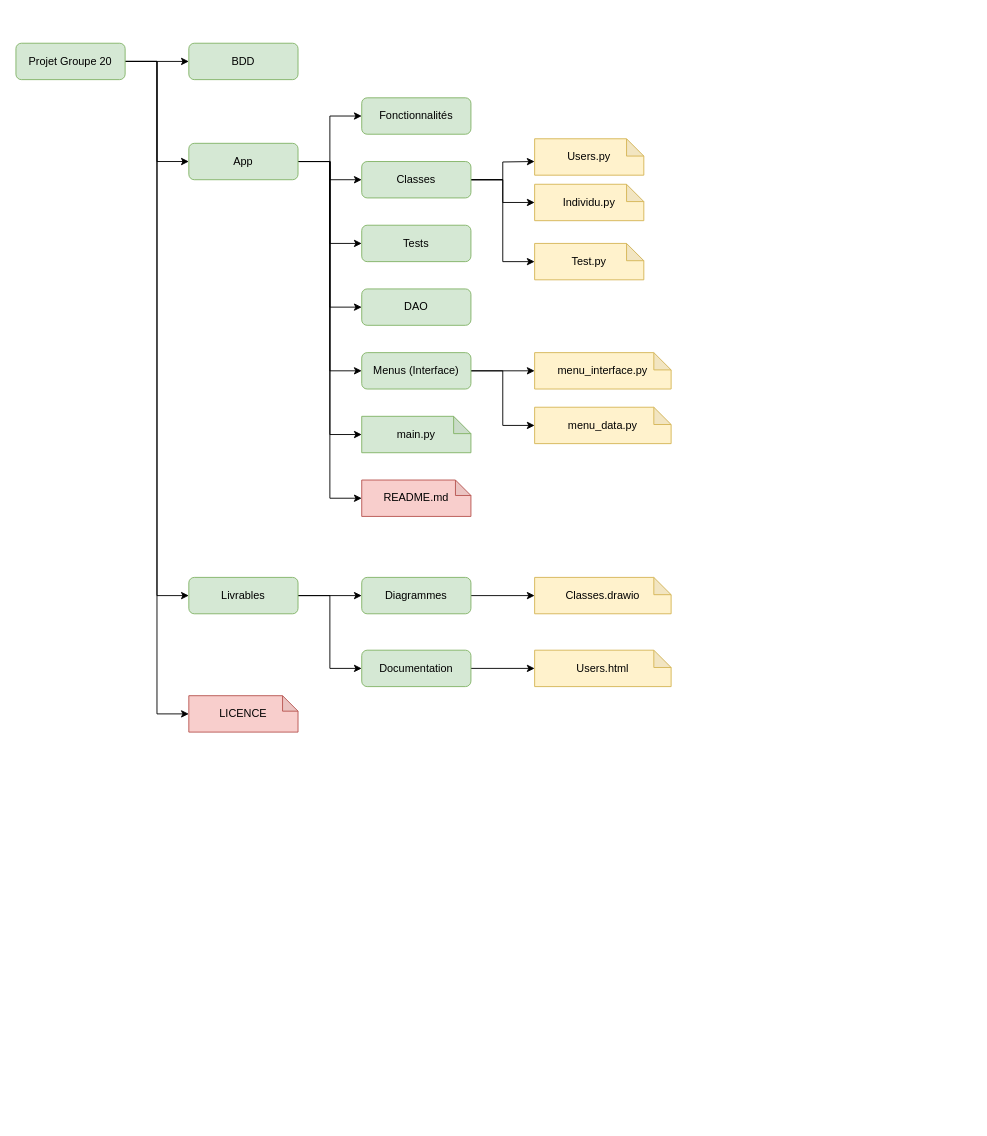
This is Diagrams/File Structure.drawio from MailineN/ProjetInfo2A, a draw.io file, before an edit. Source tidied: cells renumbered, new cells numbered last; positions are measured from the earlier drawing's top-left corner, leaving out a move shared by most shapes. Both pictures are drawn from the tidied source at 91%, with x=0, y=0 at pixel (15, 43).
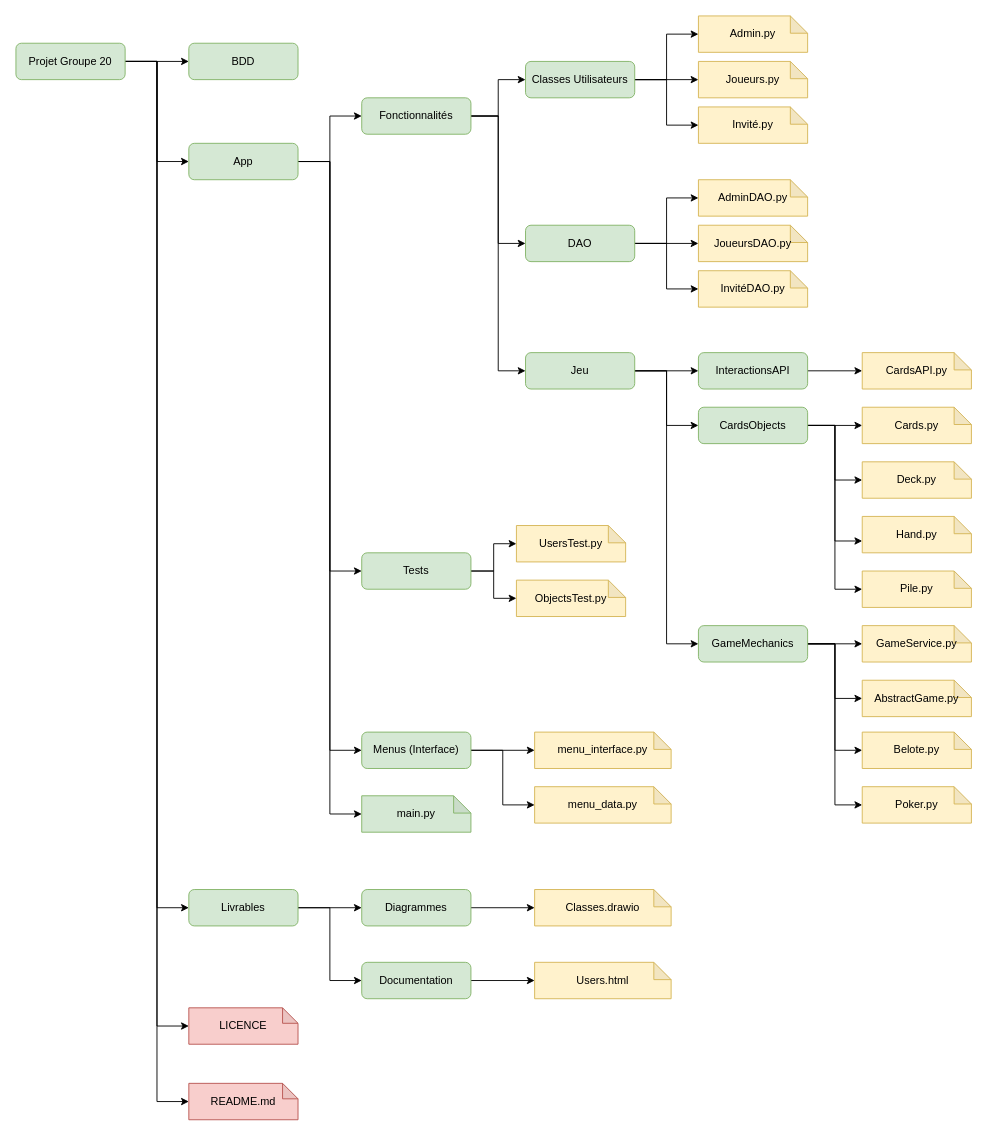
The same page after the edit.

The change refers to these unchanged cells:
```xml
<mxCell id="6" value="Projet Groupe 20" style="rounded=1;whiteSpace=wrap;html=1;fillColor=#d5e8d4;strokeColor=#82b366;" parent="1" vertex="1">
  <mxGeometry width="120" height="40" as="geometry" />
</mxCell>
<mxCell id="15" value="App" style="rounded=1;whiteSpace=wrap;html=1;fillColor=#d5e8d4;strokeColor=#82b366;" parent="1" vertex="1">
  <mxGeometry x="190" y="110" width="120" height="40" as="geometry" />
</mxCell>
<mxCell id="23" value="Fonctionnalités" style="rounded=1;whiteSpace=wrap;html=1;fillColor=#d5e8d4;strokeColor=#82b366;" parent="1" vertex="1">
  <mxGeometry x="380" y="60" width="120" height="40" as="geometry" />
</mxCell>
```

Diff of the diagram source:
```diff
@@
+    <mxCell id="43" style="edgeStyle=orthogonalEdgeStyle;rounded=0;jettySize=auto;html=1;exitX=1;exitY=0.5;exitDx=0;exitDy=0;entryX=0;entryY=0.5;entryDx=0;entryDy=0;entryPerimeter=0;" parent="1" edge="1" source="6" target="34">
+      <mxGeometry relative="1" as="geometry" />
+    </mxCell>
@@
-    <mxCell id="9" style="edgeStyle=orthogonalEdgeStyle;rounded=0;jettySize=auto;html=1;exitX=1;exitY=0.5;exitDx=0;exitDy=0;entryX=0;entryY=0.5;entryDx=0;entryDy=0;" parent="1" edge="1" source="15" target="27">
-      <mxGeometry relative="1" as="geometry" />
-    </mxCell>
-    <mxCell id="10" style="edgeStyle=orthogonalEdgeStyle;rounded=0;jettySize=auto;html=1;exitX=1;exitY=0.5;exitDx=0;exitDy=0;entryX=0;entryY=0.5;entryDx=0;entryDy=0;" parent="1" edge="1" source="15" target="29">
-      <mxGeometry relative="1" as="geometry" />
-    </mxCell>
@@
-    <mxCell id="13" style="edgeStyle=orthogonalEdgeStyle;rounded=0;jettySize=auto;html=1;exitX=1;exitY=0.5;exitDx=0;exitDy=0;entryX=0;entryY=0.5;entryDx=0;entryDy=0;entryPerimeter=0;" parent="1" edge="1" source="15" target="34">
-      <mxGeometry relative="1" as="geometry" />
-    </mxCell>
@@
     <mxCell id="18" value="Livrables" style="rounded=1;whiteSpace=wrap;html=1;fillColor=#d5e8d4;strokeColor=#82b366;" parent="1" vertex="1">
-      <mxGeometry x="190" y="587" width="120" height="40" as="geometry" />
+      <mxGeometry x="190" y="930" width="120" height="40" as="geometry" />
     </mxCell>
@@
     <mxCell id="20" value="Diagrammes" style="rounded=1;whiteSpace=wrap;html=1;fillColor=#d5e8d4;strokeColor=#82b366;" parent="1" vertex="1">
-      <mxGeometry x="380" y="587" width="120" height="40" as="geometry" />
+      <mxGeometry x="380" y="930" width="120" height="40" as="geometry" />
     </mxCell>
@@
     <mxCell id="22" value="Documentation" style="rounded=1;whiteSpace=wrap;html=1;fillColor=#d5e8d4;strokeColor=#82b366;" parent="1" vertex="1">
-      <mxGeometry x="380" y="667" width="120" height="40" as="geometry" />
+      <mxGeometry x="380" y="1010" width="120" height="40" as="geometry" />
     </mxCell>
+    <mxCell id="44" style="edgeStyle=orthogonalEdgeStyle;rounded=0;jettySize=auto;html=1;exitX=1;exitY=0.5;exitDx=0;exitDy=0;entryX=0;entryY=0.5;entryDx=0;entryDy=0;" parent="1" edge="1" source="23" target="52">
+      <mxGeometry relative="1" as="geometry" />
+    </mxCell>
+    <mxCell id="45" style="edgeStyle=orthogonalEdgeStyle;rounded=0;jettySize=auto;html=1;exitX=1;exitY=0.5;exitDx=0;exitDy=0;entryX=0;entryY=0.5;entryDx=0;entryDy=0;" parent="1" edge="1" source="23" target="29">
+      <mxGeometry relative="1" as="geometry" />
+    </mxCell>
+    <mxCell id="46" style="edgeStyle=orthogonalEdgeStyle;rounded=0;jettySize=auto;html=1;exitX=1;exitY=0.5;exitDx=0;exitDy=0;entryX=0;entryY=0.5;entryDx=0;entryDy=0;" parent="1" edge="1" source="23" target="65">
+      <mxGeometry relative="1" as="geometry" />
+    </mxCell>
@@
-    <mxCell id="24" style="edgeStyle=orthogonalEdgeStyle;rounded=0;jettySize=auto;html=1;exitX=1;exitY=0.5;exitDx=0;exitDy=0;" parent="1" edge="1" source="27">
-      <mxGeometry relative="1" as="geometry">
-        <mxPoint x="570" y="130" as="targetPoint" />
-      </mxGeometry>
-    </mxCell>
-    <mxCell id="25" style="edgeStyle=orthogonalEdgeStyle;rounded=0;jettySize=auto;html=1;exitX=1;exitY=0.5;exitDx=0;exitDy=0;entryX=0;entryY=0.5;entryDx=0;entryDy=0;entryPerimeter=0;" parent="1" edge="1" source="27" target="36">
-      <mxGeometry relative="1" as="geometry" />
-    </mxCell>
-    <mxCell id="26" style="edgeStyle=orthogonalEdgeStyle;rounded=0;jettySize=auto;html=1;exitX=1;exitY=0.5;exitDx=0;exitDy=0;entryX=0;entryY=0.5;entryDx=0;entryDy=0;entryPerimeter=0;" parent="1" edge="1" source="27" target="40">
-      <mxGeometry relative="1" as="geometry" />
-    </mxCell>
-    <mxCell id="27" value="Classes" style="rounded=1;whiteSpace=wrap;html=1;fillColor=#d5e8d4;strokeColor=#82b366;" parent="1" vertex="1">
-      <mxGeometry x="380" y="130" width="120" height="40" as="geometry" />
-    </mxCell>
+    <mxCell id="47" style="edgeStyle=orthogonalEdgeStyle;rounded=0;jettySize=auto;html=1;exitX=1;exitY=0.5;exitDx=0;exitDy=0;entryX=0;entryY=0.5;entryDx=0;entryDy=0;entryPerimeter=0;" parent="1" edge="1" source="28" target="87">
+      <mxGeometry relative="1" as="geometry" />
+    </mxCell>
+    <mxCell id="48" style="edgeStyle=orthogonalEdgeStyle;rounded=0;jettySize=auto;html=1;exitX=1;exitY=0.5;exitDx=0;exitDy=0;entryX=0;entryY=0.5;entryDx=0;entryDy=0;entryPerimeter=0;" parent="1" edge="1" source="28" target="88">
+      <mxGeometry relative="1" as="geometry" />
+    </mxCell>
     <mxCell id="28" value="Tests" style="rounded=1;whiteSpace=wrap;html=1;fillColor=#d5e8d4;strokeColor=#82b366;" parent="1" vertex="1">
-      <mxGeometry x="380" y="200" width="120" height="40" as="geometry" />
+      <mxGeometry x="380" y="560" width="120" height="40" as="geometry" />
     </mxCell>
-    <mxCell id="29" value="DAO" style="rounded=1;whiteSpace=wrap;html=1;fillColor=#d5e8d4;strokeColor=#82b366;" parent="1" vertex="1">
-      <mxGeometry x="380" y="270" width="120" height="40" as="geometry" />
-    </mxCell>
@@
     <mxCell id="32" value="Menus (Interface)" style="rounded=1;whiteSpace=wrap;html=1;fillColor=#d5e8d4;strokeColor=#82b366;" parent="1" vertex="1">
-      <mxGeometry x="380" y="340" width="120" height="40" as="geometry" />
+      <mxGeometry x="380" y="757" width="120" height="40" as="geometry" />
     </mxCell>
     <mxCell id="33" value="main.py" style="shape=note;whiteSpace=wrap;html=1;backgroundOutline=1;darkOpacity=0.05;size=19;fillColor=#d5e8d4;strokeColor=#82b366;" parent="1" vertex="1">
-      <mxGeometry x="380" y="410" width="120" height="40" as="geometry" />
+      <mxGeometry x="380" y="827" width="120" height="40" as="geometry" />
     </mxCell>
-    <mxCell id="34" value="README.md" style="shape=note;whiteSpace=wrap;html=1;backgroundOutline=1;darkOpacity=0.05;size=17;fillColor=#f8cecc;strokeColor=#b85450;" parent="1" vertex="1">
-      <mxGeometry x="380" y="480" width="120" height="40" as="geometry" />
-    </mxCell>
     <mxCell id="35" value="LICENCE" style="shape=note;whiteSpace=wrap;html=1;backgroundOutline=1;darkOpacity=0.05;size=17;fillColor=#f8cecc;strokeColor=#b85450;" parent="1" vertex="1">
-      <mxGeometry x="190" y="717" width="120" height="40" as="geometry" />
+      <mxGeometry x="190" y="1060" width="120" height="40" as="geometry" />
     </mxCell>
-    <mxCell id="36" value="Test.py" style="shape=note;whiteSpace=wrap;html=1;backgroundOutline=1;darkOpacity=0.05;size=19;fillColor=#fff2cc;strokeColor=#d6b656;" parent="1" vertex="1">
-      <mxGeometry x="570" y="220" width="120" height="40" as="geometry" />
-    </mxCell>
     <mxCell id="37" value="menu_interface.py" style="shape=note;whiteSpace=wrap;html=1;backgroundOutline=1;darkOpacity=0.05;size=19;fillColor=#fff2cc;strokeColor=#d6b656;" parent="1" vertex="1">
-      <mxGeometry x="570" y="340" width="150" height="40" as="geometry" />
+      <mxGeometry x="570" y="757" width="150" height="40" as="geometry" />
     </mxCell>
     <mxCell id="38" value="menu_data.py" style="shape=note;whiteSpace=wrap;html=1;backgroundOutline=1;darkOpacity=0.05;size=19;fillColor=#fff2cc;strokeColor=#d6b656;" parent="1" vertex="1">
-      <mxGeometry x="570" y="400" width="150" height="40" as="geometry" />
+      <mxGeometry x="570" y="817" width="150" height="40" as="geometry" />
     </mxCell>
-    <mxCell id="39" value="Users.py" style="shape=note;whiteSpace=wrap;html=1;backgroundOutline=1;darkOpacity=0.05;size=19;fillColor=#fff2cc;strokeColor=#d6b656;" parent="1" vertex="1">
-      <mxGeometry x="570" y="105" width="120" height="40" as="geometry" />
-    </mxCell>
-    <mxCell id="40" value="Individu.py" style="shape=note;whiteSpace=wrap;html=1;backgroundOutline=1;darkOpacity=0.05;size=19;fillColor=#fff2cc;strokeColor=#d6b656;" parent="1" vertex="1">
-      <mxGeometry x="570" y="155" width="120" height="40" as="geometry" />
-    </mxCell>
     <mxCell id="41" value="Classes.drawio" style="shape=note;whiteSpace=wrap;html=1;backgroundOutline=1;darkOpacity=0.05;size=19;fillColor=#fff2cc;strokeColor=#d6b656;" parent="1" vertex="1">
-      <mxGeometry x="570" y="587" width="150" height="40" as="geometry" />
+      <mxGeometry x="570" y="930" width="150" height="40" as="geometry" />
     </mxCell>
     <mxCell id="42" value="Users.html" style="shape=note;whiteSpace=wrap;html=1;backgroundOutline=1;darkOpacity=0.05;size=19;fillColor=#fff2cc;strokeColor=#d6b656;" parent="1" vertex="1">
-      <mxGeometry x="570" y="667" width="150" height="40" as="geometry" />
+      <mxGeometry x="570" y="1010" width="150" height="40" as="geometry" />
     </mxCell>
+    <mxCell id="34" value="README.md" style="shape=note;whiteSpace=wrap;html=1;backgroundOutline=1;darkOpacity=0.05;size=17;fillColor=#f8cecc;strokeColor=#b85450;" parent="1" vertex="1">
+      <mxGeometry x="190" y="1143" width="120" height="40" as="geometry" />
+    </mxCell>
+    <mxCell id="49" style="edgeStyle=orthogonalEdgeStyle;rounded=0;jettySize=auto;html=1;exitX=1;exitY=0.5;exitDx=0;exitDy=0;entryX=0;entryY=0.5;entryDx=0;entryDy=0;entryPerimeter=0;" parent="1" edge="1" source="52" target="53">
+      <mxGeometry relative="1" as="geometry" />
+    </mxCell>
+    <mxCell id="50" style="edgeStyle=orthogonalEdgeStyle;rounded=0;jettySize=auto;html=1;exitX=1;exitY=0.5;exitDx=0;exitDy=0;entryX=0;entryY=0.5;entryDx=0;entryDy=0;entryPerimeter=0;" parent="1" edge="1" source="52" target="54">
+      <mxGeometry relative="1" as="geometry" />
+    </mxCell>
+    <mxCell id="51" style="edgeStyle=orthogonalEdgeStyle;rounded=0;jettySize=auto;html=1;exitX=1;exitY=0.5;exitDx=0;exitDy=0;entryX=0;entryY=0.5;entryDx=0;entryDy=0;entryPerimeter=0;" parent="1" edge="1" source="52" target="58">
+      <mxGeometry relative="1" as="geometry" />
+    </mxCell>
+    <mxCell id="52" value="Classes Utilisateurs" style="rounded=1;whiteSpace=wrap;html=1;fillColor=#d5e8d4;strokeColor=#82b366;" parent="1" vertex="1">
+      <mxGeometry x="560" y="20" width="120" height="40" as="geometry" />
+    </mxCell>
+    <mxCell id="53" value="Joueurs.py" style="shape=note;whiteSpace=wrap;html=1;backgroundOutline=1;darkOpacity=0.05;size=19;fillColor=#fff2cc;strokeColor=#d6b656;" parent="1" vertex="1">
+      <mxGeometry x="750" y="20" width="120" height="40" as="geometry" />
+    </mxCell>
+    <mxCell id="54" value="Invité.py" style="shape=note;whiteSpace=wrap;html=1;backgroundOutline=1;darkOpacity=0.05;size=19;fillColor=#fff2cc;strokeColor=#d6b656;" parent="1" vertex="1">
+      <mxGeometry x="750" y="70" width="120" height="40" as="geometry" />
+    </mxCell>
+    <mxCell id="55" style="edgeStyle=orthogonalEdgeStyle;rounded=0;jettySize=auto;html=1;exitX=1;exitY=0.5;exitDx=0;exitDy=0;entryX=0;entryY=0.5;entryDx=0;entryDy=0;entryPerimeter=0;" parent="1" edge="1" source="29" target="59">
+      <mxGeometry relative="1" as="geometry" />
+    </mxCell>
+    <mxCell id="56" style="edgeStyle=orthogonalEdgeStyle;rounded=0;jettySize=auto;html=1;exitX=1;exitY=0.5;exitDx=0;exitDy=0;entryX=0;entryY=0.5;entryDx=0;entryDy=0;entryPerimeter=0;" parent="1" edge="1" source="29" target="61">
+      <mxGeometry relative="1" as="geometry" />
+    </mxCell>
+    <mxCell id="57" style="edgeStyle=orthogonalEdgeStyle;rounded=0;jettySize=auto;html=1;exitX=1;exitY=0.5;exitDx=0;exitDy=0;entryX=0;entryY=0.5;entryDx=0;entryDy=0;entryPerimeter=0;" parent="1" edge="1" source="29" target="60">
+      <mxGeometry relative="1" as="geometry" />
+    </mxCell>
+    <mxCell id="29" value="DAO" style="rounded=1;whiteSpace=wrap;html=1;fillColor=#d5e8d4;strokeColor=#82b366;" parent="1" vertex="1">
+      <mxGeometry x="560" y="200" width="120" height="40" as="geometry" />
+    </mxCell>
+    <mxCell id="58" value="Admin.py" style="shape=note;whiteSpace=wrap;html=1;backgroundOutline=1;darkOpacity=0.05;size=19;fillColor=#fff2cc;strokeColor=#d6b656;" parent="1" vertex="1">
+      <mxGeometry x="750" y="-30" width="120" height="40" as="geometry" />
+    </mxCell>
+    <mxCell id="59" value="JoueursDAO.py" style="shape=note;whiteSpace=wrap;html=1;backgroundOutline=1;darkOpacity=0.05;size=19;fillColor=#fff2cc;strokeColor=#d6b656;" parent="1" vertex="1">
+      <mxGeometry x="750" y="200" width="120" height="40" as="geometry" />
+    </mxCell>
+    <mxCell id="60" value="InvitéDAO.py" style="shape=note;whiteSpace=wrap;html=1;backgroundOutline=1;darkOpacity=0.05;size=19;fillColor=#fff2cc;strokeColor=#d6b656;" parent="1" vertex="1">
+      <mxGeometry x="750" y="250" width="120" height="40" as="geometry" />
+    </mxCell>
+    <mxCell id="61" value="AdminDAO.py" style="shape=note;whiteSpace=wrap;html=1;backgroundOutline=1;darkOpacity=0.05;size=19;fillColor=#fff2cc;strokeColor=#d6b656;" parent="1" vertex="1">
+      <mxGeometry x="750" y="150" width="120" height="40" as="geometry" />
+    </mxCell>
+    <mxCell id="62" style="edgeStyle=orthogonalEdgeStyle;rounded=0;jettySize=auto;html=1;exitX=1;exitY=0.5;exitDx=0;exitDy=0;" parent="1" edge="1" source="65" target="67">
+      <mxGeometry relative="1" as="geometry" />
+    </mxCell>
+    <mxCell id="63" style="edgeStyle=orthogonalEdgeStyle;rounded=0;jettySize=auto;html=1;exitX=1;exitY=0.5;exitDx=0;exitDy=0;entryX=0;entryY=0.5;entryDx=0;entryDy=0;" parent="1" edge="1" source="65" target="73">
+      <mxGeometry relative="1" as="geometry" />
+    </mxCell>
+    <mxCell id="64" style="edgeStyle=orthogonalEdgeStyle;rounded=0;jettySize=auto;html=1;exitX=1;exitY=0.5;exitDx=0;exitDy=0;entryX=0;entryY=0.5;entryDx=0;entryDy=0;" parent="1" edge="1" source="65" target="82">
+      <mxGeometry relative="1" as="geometry" />
+    </mxCell>
+    <mxCell id="65" value="Jeu" style="rounded=1;whiteSpace=wrap;html=1;fillColor=#d5e8d4;strokeColor=#82b366;" parent="1" vertex="1">
+      <mxGeometry x="560" y="340" width="120" height="40" as="geometry" />
+    </mxCell>
+    <mxCell id="66" style="edgeStyle=orthogonalEdgeStyle;rounded=0;jettySize=auto;html=1;exitX=1;exitY=0.5;exitDx=0;exitDy=0;entryX=0;entryY=0.5;entryDx=0;entryDy=0;entryPerimeter=0;" parent="1" edge="1" source="67" target="68">
+      <mxGeometry relative="1" as="geometry" />
+    </mxCell>
+    <mxCell id="67" value="InteractionsAPI" style="rounded=1;whiteSpace=wrap;html=1;fillColor=#d5e8d4;strokeColor=#82b366;" parent="1" vertex="1">
+      <mxGeometry x="750" y="340" width="120" height="40" as="geometry" />
+    </mxCell>
+    <mxCell id="68" value="CardsAPI.py" style="shape=note;whiteSpace=wrap;html=1;backgroundOutline=1;darkOpacity=0.05;size=19;fillColor=#fff2cc;strokeColor=#d6b656;" parent="1" vertex="1">
+      <mxGeometry x="930" y="340" width="120" height="40" as="geometry" />
+    </mxCell>
+    <mxCell id="69" style="edgeStyle=orthogonalEdgeStyle;rounded=0;jettySize=auto;html=1;exitX=1;exitY=0.5;exitDx=0;exitDy=0;entryX=0;entryY=0.5;entryDx=0;entryDy=0;entryPerimeter=0;" parent="1" edge="1" source="73" target="74">
+      <mxGeometry relative="1" as="geometry" />
+    </mxCell>
+    <mxCell id="70" style="edgeStyle=orthogonalEdgeStyle;rounded=0;jettySize=auto;html=1;exitX=1;exitY=0.5;exitDx=0;exitDy=0;entryX=0;entryY=0.5;entryDx=0;entryDy=0;entryPerimeter=0;" parent="1" edge="1" source="73" target="75">
+      <mxGeometry relative="1" as="geometry" />
+    </mxCell>
+    <mxCell id="71" style="edgeStyle=orthogonalEdgeStyle;rounded=0;jettySize=auto;html=1;exitX=1;exitY=0.5;exitDx=0;exitDy=0;entryX=0;entryY=0.5;entryDx=0;entryDy=0;entryPerimeter=0;" parent="1" edge="1" source="73" target="77">
+      <mxGeometry relative="1" as="geometry" />
+    </mxCell>
+    <mxCell id="72" style="edgeStyle=orthogonalEdgeStyle;rounded=0;jettySize=auto;html=1;exitX=1;exitY=0.5;exitDx=0;exitDy=0;entryX=0;entryY=0.675;entryDx=0;entryDy=0;entryPerimeter=0;" parent="1" edge="1" source="73" target="76">
+      <mxGeometry relative="1" as="geometry" />
+    </mxCell>
+    <mxCell id="73" value="CardsObjects" style="rounded=1;whiteSpace=wrap;html=1;fillColor=#d5e8d4;strokeColor=#82b366;" parent="1" vertex="1">
+      <mxGeometry x="750" y="400" width="120" height="40" as="geometry" />
+    </mxCell>
+    <mxCell id="74" value="Cards.py" style="shape=note;whiteSpace=wrap;html=1;backgroundOutline=1;darkOpacity=0.05;size=19;fillColor=#fff2cc;strokeColor=#d6b656;" parent="1" vertex="1">
+      <mxGeometry x="930" y="400" width="120" height="40" as="geometry" />
+    </mxCell>
+    <mxCell id="75" value="Deck.py" style="shape=note;whiteSpace=wrap;html=1;backgroundOutline=1;darkOpacity=0.05;size=19;fillColor=#fff2cc;strokeColor=#d6b656;" parent="1" vertex="1">
+      <mxGeometry x="930" y="460" width="120" height="40" as="geometry" />
+    </mxCell>
+    <mxCell id="76" value="Hand.py" style="shape=note;whiteSpace=wrap;html=1;backgroundOutline=1;darkOpacity=0.05;size=19;fillColor=#fff2cc;strokeColor=#d6b656;" parent="1" vertex="1">
+      <mxGeometry x="930" y="520" width="120" height="40" as="geometry" />
+    </mxCell>
+    <mxCell id="77" value="Pile.py" style="shape=note;whiteSpace=wrap;html=1;backgroundOutline=1;darkOpacity=0.05;size=19;fillColor=#fff2cc;strokeColor=#d6b656;" parent="1" vertex="1">
+      <mxGeometry x="930" y="580" width="120" height="40" as="geometry" />
+    </mxCell>
+    <mxCell id="78" style="edgeStyle=orthogonalEdgeStyle;rounded=0;jettySize=auto;html=1;exitX=1;exitY=0.5;exitDx=0;exitDy=0;entryX=0;entryY=0.5;entryDx=0;entryDy=0;entryPerimeter=0;" parent="1" edge="1" source="82" target="83">
+      <mxGeometry relative="1" as="geometry" />
+    </mxCell>
+    <mxCell id="79" style="edgeStyle=orthogonalEdgeStyle;rounded=0;jettySize=auto;html=1;exitX=1;exitY=0.5;exitDx=0;exitDy=0;entryX=0;entryY=0.5;entryDx=0;entryDy=0;entryPerimeter=0;" parent="1" edge="1" source="82" target="84">
+      <mxGeometry relative="1" as="geometry" />
+    </mxCell>
+    <mxCell id="80" style="edgeStyle=orthogonalEdgeStyle;rounded=0;jettySize=auto;html=1;exitX=1;exitY=0.5;exitDx=0;exitDy=0;entryX=0;entryY=0.5;entryDx=0;entryDy=0;entryPerimeter=0;" parent="1" edge="1" source="82" target="85">
+      <mxGeometry relative="1" as="geometry" />
+    </mxCell>
+    <mxCell id="81" style="edgeStyle=orthogonalEdgeStyle;rounded=0;jettySize=auto;html=1;exitX=1;exitY=0.5;exitDx=0;exitDy=0;entryX=0;entryY=0.5;entryDx=0;entryDy=0;entryPerimeter=0;" parent="1" edge="1" source="82" target="86">
+      <mxGeometry relative="1" as="geometry" />
+    </mxCell>
+    <mxCell id="82" value="GameMechanics" style="rounded=1;whiteSpace=wrap;html=1;fillColor=#d5e8d4;strokeColor=#82b366;" parent="1" vertex="1">
+      <mxGeometry x="750" y="640" width="120" height="40" as="geometry" />
+    </mxCell>
+    <mxCell id="83" value="GameService.py" style="shape=note;whiteSpace=wrap;html=1;backgroundOutline=1;darkOpacity=0.05;size=19;fillColor=#fff2cc;strokeColor=#d6b656;" parent="1" vertex="1">
+      <mxGeometry x="930" y="640" width="120" height="40" as="geometry" />
+    </mxCell>
+    <mxCell id="84" value="AbstractGame.py" style="shape=note;whiteSpace=wrap;html=1;backgroundOutline=1;darkOpacity=0.05;size=19;fillColor=#fff2cc;strokeColor=#d6b656;" parent="1" vertex="1">
+      <mxGeometry x="930" y="700" width="120" height="40" as="geometry" />
+    </mxCell>
+    <mxCell id="85" value="Belote.py" style="shape=note;whiteSpace=wrap;html=1;backgroundOutline=1;darkOpacity=0.05;size=19;fillColor=#fff2cc;strokeColor=#d6b656;" parent="1" vertex="1">
+      <mxGeometry x="930" y="757" width="120" height="40" as="geometry" />
+    </mxCell>
+    <mxCell id="86" value="Poker.py" style="shape=note;whiteSpace=wrap;html=1;backgroundOutline=1;darkOpacity=0.05;size=19;fillColor=#fff2cc;strokeColor=#d6b656;" parent="1" vertex="1">
+      <mxGeometry x="930" y="817" width="120" height="40" as="geometry" />
+    </mxCell>
+    <mxCell id="87" value="UsersTest.py" style="shape=note;whiteSpace=wrap;html=1;backgroundOutline=1;darkOpacity=0.05;size=19;fillColor=#fff2cc;strokeColor=#d6b656;" parent="1" vertex="1">
+      <mxGeometry x="550" y="530" width="120" height="40" as="geometry" />
+    </mxCell>
+    <mxCell id="88" value="ObjectsTest.py" style="shape=note;whiteSpace=wrap;html=1;backgroundOutline=1;darkOpacity=0.05;size=19;fillColor=#fff2cc;strokeColor=#d6b656;" parent="1" vertex="1">
+      <mxGeometry x="550" y="590" width="120" height="40" as="geometry" />
+    </mxCell>
```
